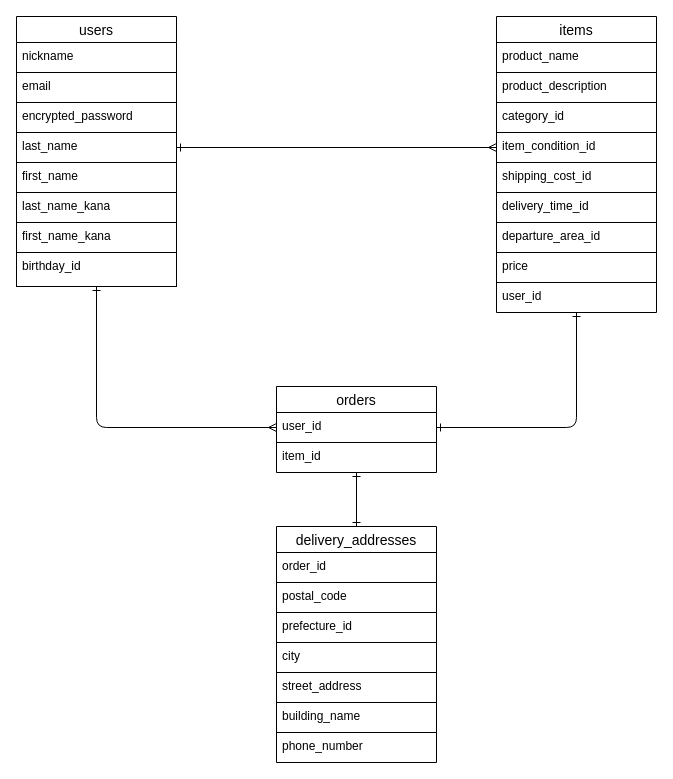
Earlier version of the draw.io diagram app/views/DB.dio (rikatussei/furima-40439). Source tidied: cells renumbered, new cells numbered last; positions are measured from the earlier drawing's top-left corner, leaving out a move shared by most shapes. Both pictures are drawn from the tidied source at 100%, with x=0, y=0 at pixel (16, 16).
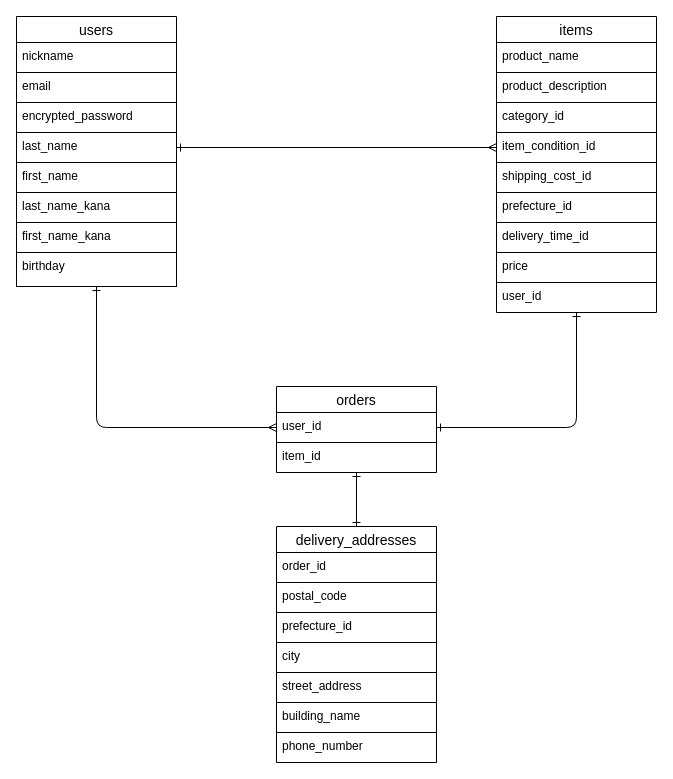
After the change.

Commit message (it also covers changes not shown here):
再度修正をしました。

Unchanged cells that the change refers to:
```xml
<mxCell id="2" value="users" style="swimlane;fontStyle=0;horizontal=1;startSize=26;align=center;fontSize=14;" parent="1" vertex="1">
  <mxGeometry width="160" height="270" as="geometry" />
</mxCell>
<mxCell id="12" value="items" style="swimlane;fontStyle=0;horizontal=1;startSize=26;align=center;fontSize=14;" parent="1" vertex="1">
  <mxGeometry x="480" width="160" height="296" as="geometry" />
</mxCell>
```

The edit, as a diff of the source:
```diff
@@
-    <mxCell id="10" value="birthday_id" style="text;strokeColor=default;fillColor=none;spacingLeft=4;spacingRight=4;overflow=hidden;fontSize=12;glass=1;labelBorderColor=none;" parent="2" vertex="1">
+    <mxCell id="10" value="birthday" style="text;strokeColor=default;fillColor=none;spacingLeft=4;spacingRight=4;overflow=hidden;fontSize=12;glass=1;labelBorderColor=none;" parent="2" vertex="1">
       <mxGeometry y="236" width="160" height="34" as="geometry" />
     </mxCell>
@@
+    <mxCell id="19" value="prefecture_id " style="text;strokeColor=none;fillColor=none;spacingLeft=4;spacingRight=4;overflow=hidden;fontSize=12;glass=1;labelBorderColor=none;" parent="12" vertex="1">
+      <mxGeometry y="176" width="160" height="30" as="geometry" />
+    </mxCell>
     <mxCell id="18" value=" delivery_time_id" style="text;strokeColor=default;fillColor=none;spacingLeft=4;spacingRight=4;overflow=hidden;fontSize=12;glass=1;labelBorderColor=none;" parent="12" vertex="1">
-      <mxGeometry y="176" width="160" height="30" as="geometry" />
+      <mxGeometry y="206" width="160" height="30" as="geometry" />
     </mxCell>
-    <mxCell id="19" value="departure_area_id" style="text;strokeColor=none;fillColor=none;spacingLeft=4;spacingRight=4;overflow=hidden;fontSize=12;glass=1;labelBorderColor=none;" parent="12" vertex="1">
-      <mxGeometry y="206" width="160" height="30" as="geometry" />
-    </mxCell>
```
